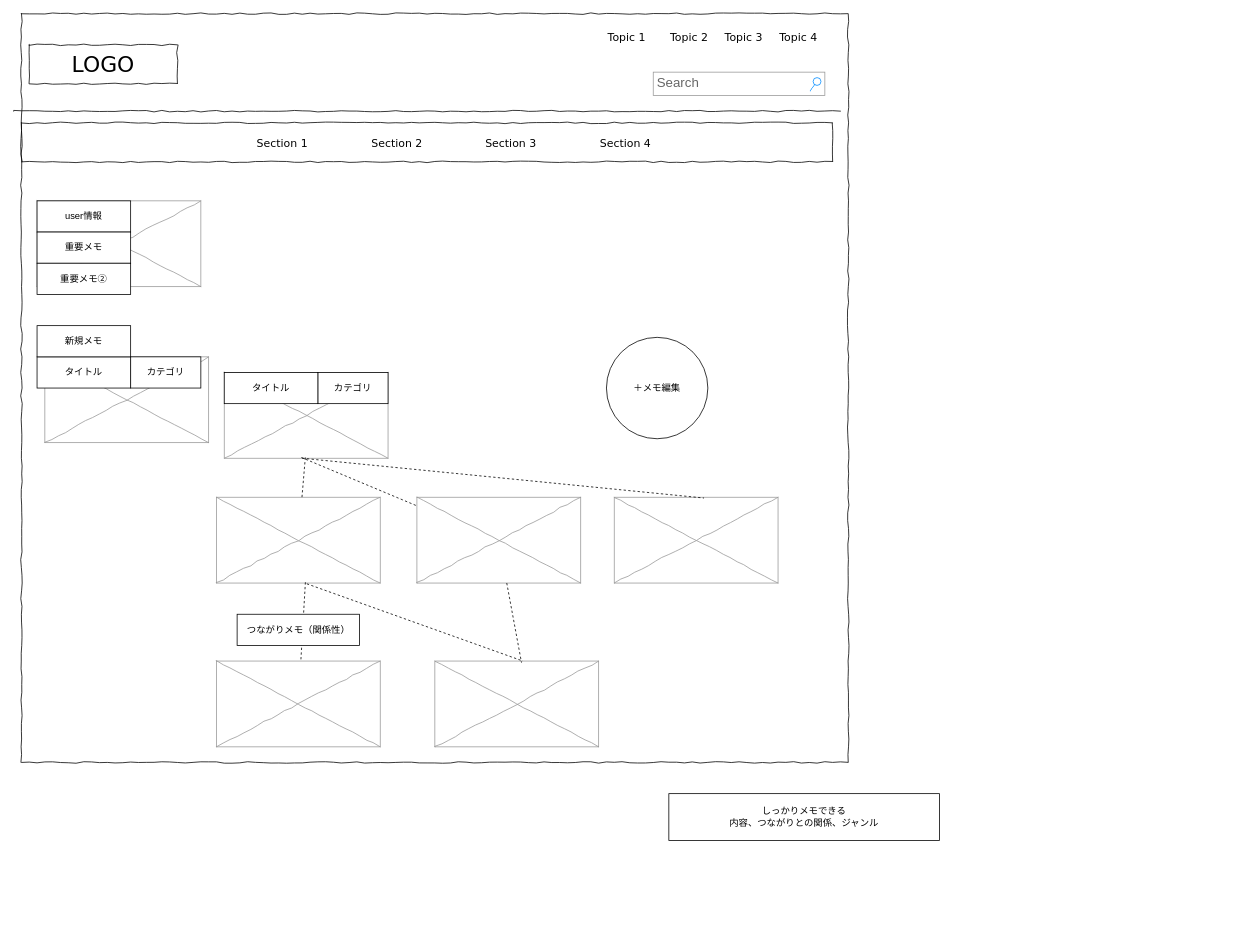
Before: page "main 投稿リレーション" (5 of 8) of Untitled Diagram.drawio in kyon-kyon/port2, a draw.io diagram. Source tidied: cells renumbered, new cells numbered last; positions are measured from the earlier drawing's top-left corner, leaving out a move shared by most shapes. Both pictures are drawn from the tidied source at 78%, with x=0, y=0 at pixel (13, 13).
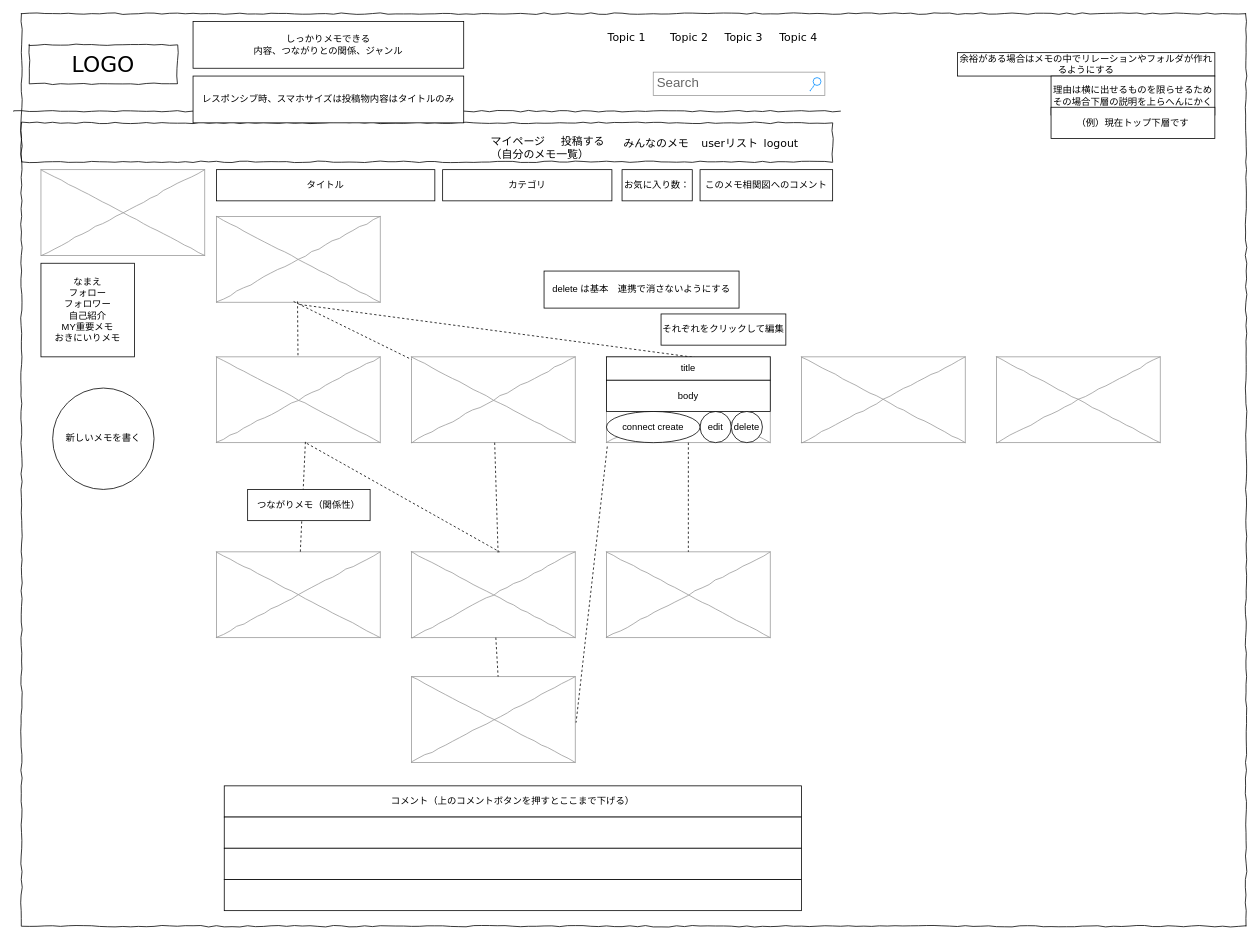
Above is the later version.

The edit, as a diff of the source:
```diff
@@
     <mxCell id="2" style="whiteSpace=wrap;html=1;rounded=0;shadow=0;labelBackgroundColor=none;strokeColor=#000000;strokeWidth=1;fillColor=none;fontFamily=Verdana;fontSize=12;fontColor=#000000;align=center;comic=1;" parent="1" vertex="1">
-      <mxGeometry x="10" width="1060" height="960" as="geometry" />
+      <mxGeometry x="10" width="1570" height="1170" as="geometry" />
     </mxCell>
@@
-    <mxCell id="11" value="Section 1" style="text;html=1;align=left;verticalAlign=top;spacingTop=-4;fontSize=14;fontFamily=Verdana;" parent="1" vertex="1">
-      <mxGeometry x="310" y="155" width="60" height="20" as="geometry" />
+    <mxCell id="11" value="投稿する" style="text;html=1;align=left;verticalAlign=top;spacingTop=-4;fontSize=14;fontFamily=Verdana;" parent="1" vertex="1">
+      <mxGeometry x="700" y="152.5" width="60" height="20" as="geometry" />
     </mxCell>
-    <mxCell id="12" value="Section 2" style="text;html=1;align=left;verticalAlign=top;spacingTop=-4;fontSize=14;fontFamily=Verdana;" parent="1" vertex="1">
-      <mxGeometry x="457" y="155" width="60" height="20" as="geometry" />
+    <mxCell id="12" value="userリスト" style="text;html=1;align=left;verticalAlign=top;spacingTop=-4;fontSize=14;fontFamily=Verdana;" parent="1" vertex="1">
+      <mxGeometry x="880" y="155" width="60" height="20" as="geometry" />
     </mxCell>
-    <mxCell id="13" value="Section 3" style="text;html=1;align=left;verticalAlign=top;spacingTop=-4;fontSize=14;fontFamily=Verdana;" parent="1" vertex="1">
-      <mxGeometry x="603" y="155" width="60" height="20" as="geometry" />
+    <mxCell id="13" value="みんなのメモ" style="text;html=1;align=left;verticalAlign=top;spacingTop=-4;fontSize=14;fontFamily=Verdana;" parent="1" vertex="1">
+      <mxGeometry x="780" y="155" width="60" height="20" as="geometry" />
     </mxCell>
-    <mxCell id="14" value="Section 4" style="text;html=1;align=left;verticalAlign=top;spacingTop=-4;fontSize=14;fontFamily=Verdana;" parent="1" vertex="1">
-      <mxGeometry x="750" y="155" width="60" height="20" as="geometry" />
+    <mxCell id="14" value="logout" style="text;html=1;align=left;verticalAlign=top;spacingTop=-4;fontSize=14;fontFamily=Verdana;" parent="1" vertex="1">
+      <mxGeometry x="960" y="155" width="60" height="20" as="geometry" />
     </mxCell>
-    <mxCell id="15" style="verticalLabelPosition=bottom;shadow=0;dashed=0;align=center;html=1;verticalAlign=top;strokeWidth=1;shape=mxgraph.mockup.graphics.simpleIcon;strokeColor=#999999;rounded=0;labelBackgroundColor=none;fontFamily=Verdana;fontSize=14;fontColor=#000000;comic=1;" parent="1" vertex="1">
-      <mxGeometry x="30" y="240" width="210" height="110" as="geometry" />
-    </mxCell>
     <mxCell id="16" style="verticalLabelPosition=bottom;shadow=0;dashed=0;align=center;html=1;verticalAlign=top;strokeWidth=1;shape=mxgraph.mockup.graphics.simpleIcon;strokeColor=#999999;rounded=0;labelBackgroundColor=none;fontFamily=Verdana;fontSize=14;fontColor=#000000;comic=1;" parent="1" vertex="1">
-      <mxGeometry x="40" y="440" width="210" height="110" as="geometry" />
+      <mxGeometry x="35" y="200" width="210" height="110" as="geometry" />
     </mxCell>
-    <mxCell id="17" value="カテゴリ" style="rounded=0;whiteSpace=wrap;html=1;" parent="1" vertex="1">
-      <mxGeometry x="150" y="440" width="90" height="40" as="geometry" />
-    </mxCell>
-    <mxCell id="18" value="タイトル" style="rounded=0;whiteSpace=wrap;html=1;" parent="1" vertex="1">
-      <mxGeometry x="30" y="440" width="120" height="40" as="geometry" />
-    </mxCell>
     <mxCell id="19" style="verticalLabelPosition=bottom;shadow=0;dashed=0;align=center;html=1;verticalAlign=top;strokeWidth=1;shape=mxgraph.mockup.graphics.simpleIcon;strokeColor=#999999;rounded=0;labelBackgroundColor=none;fontFamily=Verdana;fontSize=14;fontColor=#000000;comic=1;" parent="1" vertex="1">
-      <mxGeometry x="270" y="460" width="210" height="110" as="geometry" />
+      <mxGeometry x="260" y="260" width="210" height="110" as="geometry" />
     </mxCell>
     <mxCell id="20" style="verticalLabelPosition=bottom;shadow=0;dashed=0;align=center;html=1;verticalAlign=top;strokeWidth=1;shape=mxgraph.mockup.graphics.simpleIcon;strokeColor=#999999;rounded=0;labelBackgroundColor=none;fontFamily=Verdana;fontSize=14;fontColor=#000000;comic=1;" parent="1" vertex="1">
-      <mxGeometry x="260" y="620" width="210" height="110" as="geometry" />
+      <mxGeometry x="260" y="440" width="210" height="110" as="geometry" />
     </mxCell>
     <mxCell id="21" style="verticalLabelPosition=bottom;shadow=0;dashed=0;align=center;html=1;verticalAlign=top;strokeWidth=1;shape=mxgraph.mockup.graphics.simpleIcon;strokeColor=#999999;rounded=0;labelBackgroundColor=none;fontFamily=Verdana;fontSize=14;fontColor=#000000;comic=1;" parent="1" vertex="1">
-      <mxGeometry x="517" y="620" width="210" height="110" as="geometry" />
+      <mxGeometry x="510" y="440" width="210" height="110" as="geometry" />
     </mxCell>
     <mxCell id="22" style="verticalLabelPosition=bottom;shadow=0;dashed=0;align=center;html=1;verticalAlign=top;strokeWidth=1;shape=mxgraph.mockup.graphics.simpleIcon;strokeColor=#999999;rounded=0;labelBackgroundColor=none;fontFamily=Verdana;fontSize=14;fontColor=#000000;comic=1;" parent="1" vertex="1">
-      <mxGeometry x="770" y="620" width="210" height="110" as="geometry" />
+      <mxGeometry x="760" y="440" width="210" height="110" as="geometry" />
     </mxCell>
@@
-    <mxCell id="25" style="endArrow=none;dashed=1;html=1;entryX=0.548;entryY=0.009;entryDx=0;entryDy=0;entryPerimeter=0;" parent="1" edge="1" target="22">
-      <mxGeometry relative="1" as="geometry">
-        <mxPoint x="370" y="570" as="sourcePoint" />
-      </mxGeometry>
+    <mxCell id="25" style="endArrow=none;dashed=1;html=1;entryX=0.548;entryY=0.009;entryDx=0;entryDy=0;entryPerimeter=0;exitX=0.51;exitY=1.027;exitDx=0;exitDy=0;exitPerimeter=0;" parent="1" edge="1" source="19" target="22">
+      <mxGeometry relative="1" as="geometry" />
     </mxCell>
     <mxCell id="26" value="しっかりメモできる&lt;br&gt;内容、つながりとの関係、ジャンル" style="rounded=0;whiteSpace=wrap;html=1;" parent="1" vertex="1">
-      <mxGeometry x="840" y="1000" width="347" height="60" as="geometry" />
+      <mxGeometry x="230" y="10" width="347" height="60" as="geometry" />
     </mxCell>
     <mxCell id="27" style="verticalLabelPosition=bottom;shadow=0;dashed=0;align=center;html=1;verticalAlign=top;strokeWidth=1;shape=mxgraph.mockup.graphics.simpleIcon;strokeColor=#999999;rounded=0;labelBackgroundColor=none;fontFamily=Verdana;fontSize=14;fontColor=#000000;comic=1;" parent="1" vertex="1">
-      <mxGeometry x="260" y="830" width="210" height="110" as="geometry" />
+      <mxGeometry x="260" y="690" width="210" height="110" as="geometry" />
     </mxCell>
@@
     <mxCell id="29" value="カテゴリ" style="rounded=0;whiteSpace=wrap;html=1;" parent="1" vertex="1">
-      <mxGeometry x="390" y="460" width="90" height="40" as="geometry" />
+      <mxGeometry x="550" y="200" width="217" height="40" as="geometry" />
     </mxCell>
     <mxCell id="30" value="タイトル" style="rounded=0;whiteSpace=wrap;html=1;" parent="1" vertex="1">
-      <mxGeometry x="270" y="460" width="120" height="40" as="geometry" />
+      <mxGeometry x="260" y="200" width="280" height="40" as="geometry" />
     </mxCell>
     <mxCell id="31" value="つながりメモ（関係性）" style="rounded=0;whiteSpace=wrap;html=1;" parent="1" vertex="1">
-      <mxGeometry x="286.5" y="770" width="157" height="40" as="geometry" />
+      <mxGeometry x="300" y="610" width="157" height="40" as="geometry" />
     </mxCell>
     <mxCell id="32" style="verticalLabelPosition=bottom;shadow=0;dashed=0;align=center;html=1;verticalAlign=top;strokeWidth=1;shape=mxgraph.mockup.graphics.simpleIcon;strokeColor=#999999;rounded=0;labelBackgroundColor=none;fontFamily=Verdana;fontSize=14;fontColor=#000000;comic=1;" parent="1" vertex="1">
-      <mxGeometry x="540" y="830" width="210" height="110" as="geometry" />
+      <mxGeometry x="510" y="690" width="210" height="110" as="geometry" />
     </mxCell>
@@
-    <mxCell id="35" value="user情報" style="rounded=0;whiteSpace=wrap;html=1;" parent="1" vertex="1">
-      <mxGeometry x="30" y="240" width="120" height="40" as="geometry" />
+    <mxCell id="35" value="なまえ&lt;br&gt;フォロー&lt;br&gt;フォロワー&lt;br&gt;自己紹介&lt;br&gt;MY重要メモ&lt;br&gt;おきにいりメモ" style="rounded=0;whiteSpace=wrap;html=1;" parent="1" vertex="1">
+      <mxGeometry x="35" y="320" width="120" height="120" as="geometry" />
     </mxCell>
-    <mxCell id="36" value="＋メモ編集" style="ellipse;whiteSpace=wrap;html=1;" parent="1" vertex="1">
-      <mxGeometry x="760" y="415" width="130" height="130" as="geometry" />
+    <mxCell id="36" value="新しいメモを書く" style="ellipse;whiteSpace=wrap;html=1;" parent="1" vertex="1">
+      <mxGeometry x="50" y="480" width="130" height="130" as="geometry" />
     </mxCell>
-    <mxCell id="37" value="新規メモ" style="rounded=0;whiteSpace=wrap;html=1;" parent="1" vertex="1">
-      <mxGeometry x="30" y="400" width="120" height="40" as="geometry" />
-    </mxCell>
-    <mxCell id="38" value="重要メモ" style="rounded=0;whiteSpace=wrap;html=1;" parent="1" vertex="1">
-      <mxGeometry x="30" y="280" width="120" height="40" as="geometry" />
-    </mxCell>
-    <mxCell id="39" value="重要メモ②" style="rounded=0;whiteSpace=wrap;html=1;" parent="1" vertex="1">
-      <mxGeometry x="30" y="320" width="120" height="40" as="geometry" />
-    </mxCell>
+    <mxCell id="40" value="それぞれをクリックして編集" style="rounded=0;whiteSpace=wrap;html=1;" parent="1" vertex="1">
+      <mxGeometry x="830" y="385" width="160" height="40" as="geometry" />
+    </mxCell>
+    <mxCell id="41" style="verticalLabelPosition=bottom;shadow=0;dashed=0;align=center;html=1;verticalAlign=top;strokeWidth=1;shape=mxgraph.mockup.graphics.simpleIcon;strokeColor=#999999;rounded=0;labelBackgroundColor=none;fontFamily=Verdana;fontSize=14;fontColor=#000000;comic=1;" parent="1" vertex="1">
+      <mxGeometry x="760" y="690" width="210" height="110" as="geometry" />
+    </mxCell>
+    <mxCell id="42" style="endArrow=none;dashed=1;html=1;" parent="1" edge="1" source="22" target="41">
+      <mxGeometry relative="1" as="geometry" />
+    </mxCell>
+    <mxCell id="43" style="verticalLabelPosition=bottom;shadow=0;dashed=0;align=center;html=1;verticalAlign=top;strokeWidth=1;shape=mxgraph.mockup.graphics.simpleIcon;strokeColor=#999999;rounded=0;labelBackgroundColor=none;fontFamily=Verdana;fontSize=14;fontColor=#000000;comic=1;" parent="1" vertex="1">
+      <mxGeometry x="510" y="850" width="210" height="110" as="geometry" />
+    </mxCell>
+    <mxCell id="44" style="endArrow=none;dashed=1;html=1;entryX=0.529;entryY=0;entryDx=0;entryDy=0;entryPerimeter=0;" parent="1" edge="1" source="32" target="43">
+      <mxGeometry relative="1" as="geometry" />
+    </mxCell>
+    <mxCell id="45" style="endArrow=none;dashed=1;html=1;entryX=1.005;entryY=0.536;entryDx=0;entryDy=0;entryPerimeter=0;exitX=0.005;exitY=1.045;exitDx=0;exitDy=0;exitPerimeter=0;" parent="1" edge="1" source="22" target="43">
+      <mxGeometry relative="1" as="geometry" />
+    </mxCell>
+    <mxCell id="46" value="レスポンシブ時、スマホサイズは投稿物内容はタイトルのみ" style="rounded=0;whiteSpace=wrap;html=1;" parent="1" vertex="1">
+      <mxGeometry x="230" y="80" width="347" height="60" as="geometry" />
+    </mxCell>
+    <mxCell id="47" value="マイページ&lt;br&gt;（自分のメモ一覧）" style="text;html=1;align=left;verticalAlign=top;spacingTop=-4;fontSize=14;fontFamily=Verdana;" parent="1" vertex="1">
+      <mxGeometry x="610" y="152.5" width="70" height="25" as="geometry" />
+    </mxCell>
+    <mxCell id="48" value="コメント（上のコメントボタンを押すとここまで下げる）" style="rounded=0;whiteSpace=wrap;html=1;" parent="1" vertex="1">
+      <mxGeometry x="270" y="990" width="740" height="40" as="geometry" />
+    </mxCell>
+    <mxCell id="49" style="rounded=0;whiteSpace=wrap;html=1;" parent="1" vertex="1">
+      <mxGeometry x="270" y="1030" width="740" height="40" as="geometry" />
+    </mxCell>
+    <mxCell id="50" value="お気に入り数：" style="rounded=0;whiteSpace=wrap;html=1;" parent="1" vertex="1">
+      <mxGeometry x="780" y="200" width="90" height="40" as="geometry" />
+    </mxCell>
+    <mxCell id="51" value="このメモ相関図へのコメント" style="rounded=0;whiteSpace=wrap;html=1;" parent="1" vertex="1">
+      <mxGeometry x="880" y="200" width="170" height="40" as="geometry" />
+    </mxCell>
+    <mxCell id="52" style="rounded=0;whiteSpace=wrap;html=1;" parent="1" vertex="1">
+      <mxGeometry x="270" y="1110" width="740" height="40" as="geometry" />
+    </mxCell>
+    <mxCell id="53" style="rounded=0;whiteSpace=wrap;html=1;" parent="1" vertex="1">
+      <mxGeometry x="270" y="1070" width="740" height="40" as="geometry" />
+    </mxCell>
+    <mxCell id="54" value="edit" style="ellipse;whiteSpace=wrap;html=1;" parent="1" vertex="1">
+      <mxGeometry x="880" y="510" width="40" height="40" as="geometry" />
+    </mxCell>
+    <mxCell id="55" value="connect create" style="ellipse;whiteSpace=wrap;html=1;" parent="1" vertex="1">
+      <mxGeometry x="760" y="510" width="120" height="40" as="geometry" />
+    </mxCell>
+    <mxCell id="56" value="title" style="rounded=0;whiteSpace=wrap;html=1;" parent="1" vertex="1">
+      <mxGeometry x="760" y="440" width="210" height="30" as="geometry" />
+    </mxCell>
+    <mxCell id="57" value="body" style="rounded=0;whiteSpace=wrap;html=1;" parent="1" vertex="1">
+      <mxGeometry x="760" y="470" width="210" height="40" as="geometry" />
+    </mxCell>
+    <mxCell id="58" value="delete は基本　連携で消さないようにする" style="rounded=0;whiteSpace=wrap;html=1;" parent="1" vertex="1">
+      <mxGeometry x="680" y="330" width="250" height="47.5" as="geometry" />
+    </mxCell>
+    <mxCell id="59" value="delete" style="ellipse;whiteSpace=wrap;html=1;" parent="1" vertex="1">
+      <mxGeometry x="920" y="510" width="40" height="40" as="geometry" />
+    </mxCell>
+    <mxCell id="60" value="余裕がある場合はメモの中でリレーションやフォルダが作れるようにする" style="rounded=0;whiteSpace=wrap;html=1;" parent="1" vertex="1">
+      <mxGeometry x="1210" y="50" width="330" height="30" as="geometry" />
+    </mxCell>
+    <mxCell id="61" value="理由は横に出せるものを限らせるため&lt;br&gt;その場合下層の説明を上らへんにかく" style="rounded=0;whiteSpace=wrap;html=1;" parent="1" vertex="1">
+      <mxGeometry x="1330" y="80" width="210" height="50" as="geometry" />
+    </mxCell>
+    <mxCell id="62" value="（例）現在トップ下層です" style="rounded=0;whiteSpace=wrap;html=1;" parent="1" vertex="1">
+      <mxGeometry x="1330" y="120" width="210" height="40" as="geometry" />
+    </mxCell>
+    <mxCell id="63" style="verticalLabelPosition=bottom;shadow=0;dashed=0;align=center;html=1;verticalAlign=top;strokeWidth=1;shape=mxgraph.mockup.graphics.simpleIcon;strokeColor=#999999;rounded=0;labelBackgroundColor=none;fontFamily=Verdana;fontSize=14;fontColor=#000000;comic=1;" parent="1" vertex="1">
+      <mxGeometry x="1260" y="440" width="210" height="110" as="geometry" />
+    </mxCell>
+    <mxCell id="64" style="verticalLabelPosition=bottom;shadow=0;dashed=0;align=center;html=1;verticalAlign=top;strokeWidth=1;shape=mxgraph.mockup.graphics.simpleIcon;strokeColor=#999999;rounded=0;labelBackgroundColor=none;fontFamily=Verdana;fontSize=14;fontColor=#000000;comic=1;" parent="1" vertex="1">
+      <mxGeometry x="1010" y="440" width="210" height="110" as="geometry" />
+    </mxCell>
```
